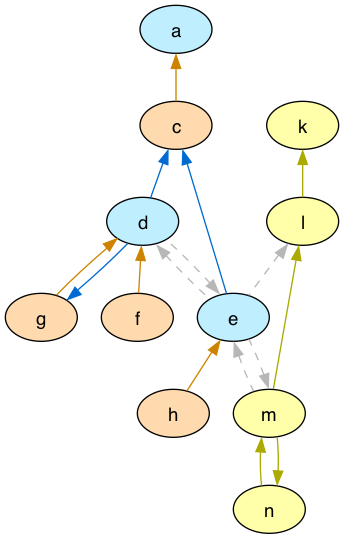
This is lib/graphs/arg_graph_colored.png from idaks/Games-and-Argumentation, a Graphviz export, as it was before one commit. Its source is kept beside it as lib/graphs/arg_graph_colored.dot.
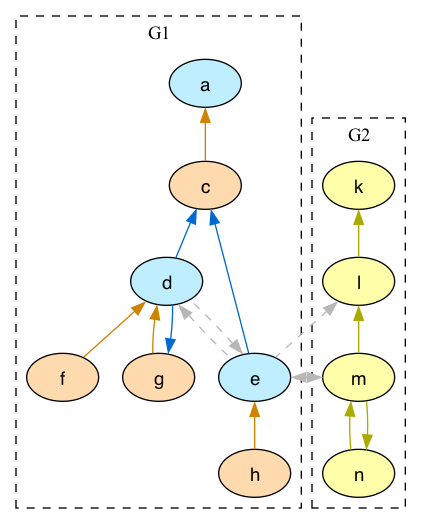
After the change.

Change to the diagram source:
```diff
@@ -1,27 +1,32 @@
 digraph G {
   node [shape=oval style=filled fontname=Helvetica fontsize=14]
-  node [fillcolor="#bfefff" fontcolor="#000000"] a d e;
-  node [fillcolor="#ffdaaf" fontcolor="#000000"] c f g h;
-  node [fillcolor="#FFFFAA" fontcolor="#000000"] k l m n;
-  node [fillcolor="white" fontcolor="black"];
+  subgraph cluster_g1{
+  label = "G1"; color = black; style ="dashed";
+    node [fillcolor="#bfefff" fontcolor="#000000"] a d e;
+    node [fillcolor="#ffdaaf" fontcolor="#000000"] c f g h;
+  }
+  subgraph cluster_g2{
+  label = "G2"; color = black; style ="dashed";
+    node [fillcolor="#FFFFAA" fontcolor="#000000"] k l m n;
+  }
   edge [dir=back, color="#cc8400", style="solid"]
-        "a" -> "c"
-        "d" -> "f"
-        "d" -> "g"
-        "e" -> "h"
+        "a" -> "c";
+        "d" -> "f";
+        "d" -> "g";
+        "e" -> "h";
   edge [dir=back, color="#AAAA00", style="solid"]
-        "k" -> "l"
-        "l" -> "m"
-        "m" -> "n"
-        "n" -> "m"
+        "k" -> "l";
+        "l" -> "m";
+        "m" -> "n";
+        "n" -> "m";
   edge [dir=back, color="#006ad1", style="solid"]
-        "c" -> "d"
-        "c" -> "e"
-        "g" -> "d"
+        "c" -> "d";
+        "c" -> "e";
+        "g" -> "d";
   edge [dir=back, color="#b7b7b7", style="dashed"]
-        "l" -> "e"
-        "d" -> "e"
-        "e" -> "d"
-        "e" -> "m"
-        "m" -> "e"
+        "l" -> "e";
+        "d" -> "e";
+        "e" -> "d";
+        "e" -> "m";
+        "m" -> "e";
 }
```
